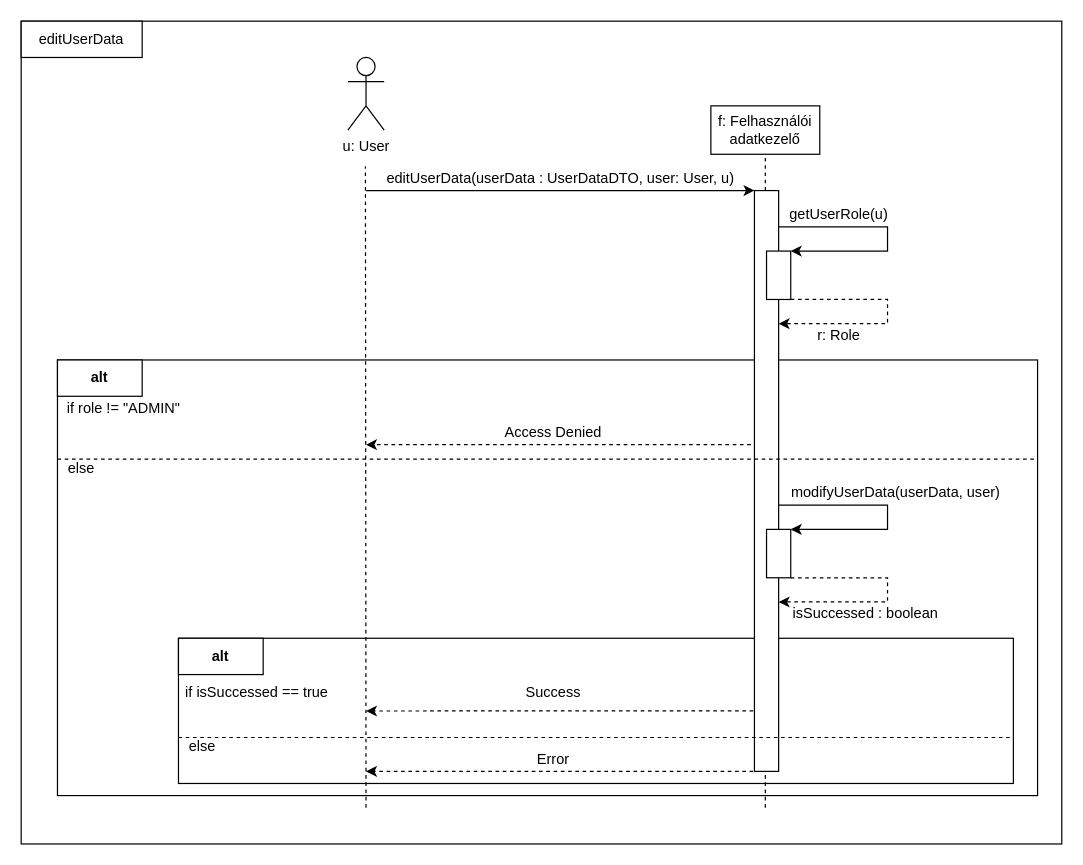
The draw.io diagram img/seq/edit-user-data.drawio in gurubib/pangolin-webshop, before the edit. Source tidied: cells renumbered, new cells numbered last; positions are measured from the earlier drawing's top-left corner, leaving out a move shared by most shapes. Both pictures are drawn from the tidied source at 121%, with x=0, y=0 at pixel (21, 21).
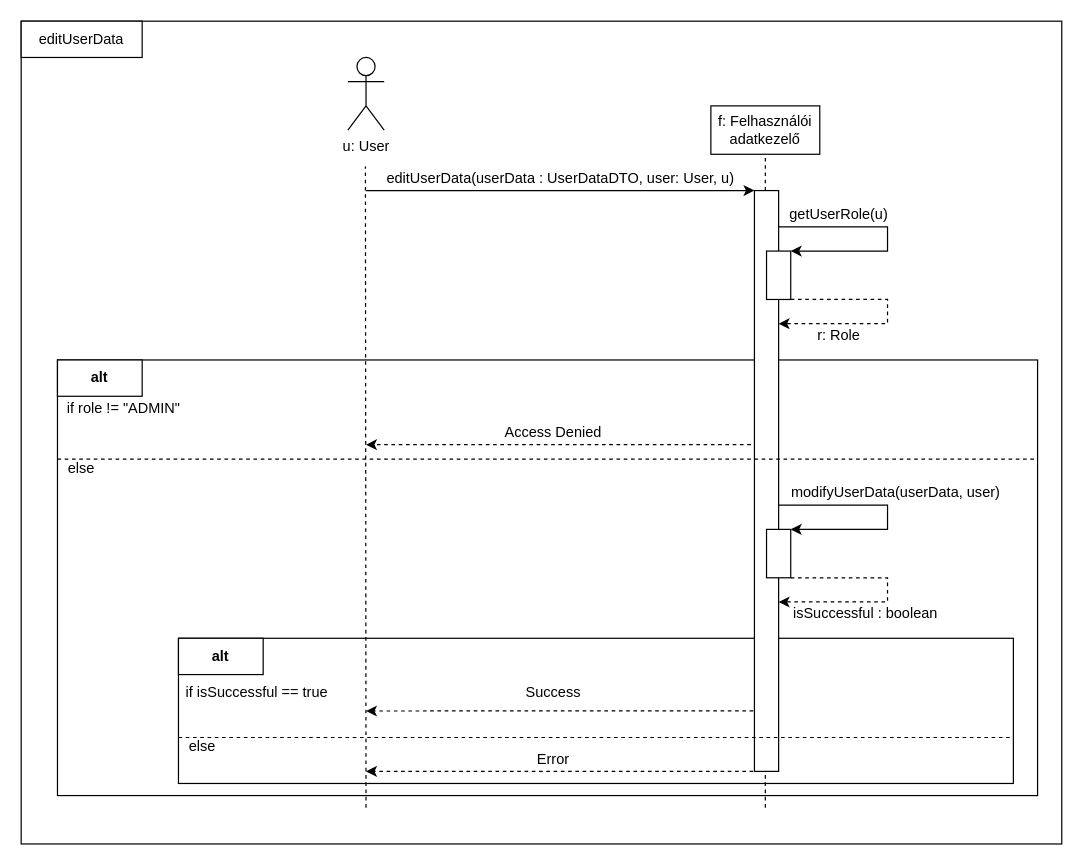
The same diagram, later.

Change to the diagram source:
```diff
@@
-    <mxCell id="27" value="isSuccessed : boolean" style="text;html=1;strokeColor=none;fillColor=none;align=center;verticalAlign=middle;whiteSpace=wrap;rounded=0;" parent="1" vertex="1">
+    <mxCell id="27" value="isSuccessful : boolean" style="text;html=1;strokeColor=none;fillColor=none;align=center;verticalAlign=middle;whiteSpace=wrap;rounded=0;" parent="1" vertex="1">
       <mxGeometry x="636" y="480" width="124" height="20" as="geometry" />
     </mxCell>
@@
-    <mxCell id="29" value="if isSuccessed == true" style="text;html=1;strokeColor=none;fillColor=none;align=center;verticalAlign=middle;whiteSpace=wrap;rounded=0;" parent="1" vertex="1">
+    <mxCell id="29" value="if isSuccessful == true" style="text;html=1;strokeColor=none;fillColor=none;align=center;verticalAlign=middle;whiteSpace=wrap;rounded=0;" parent="1" vertex="1">
       <mxGeometry x="130" y="545" width="130" height="20" as="geometry" />
     </mxCell>
```
